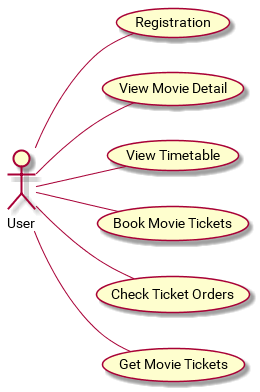
b4456609/movie-example keeps this PlantUML diagram as out/diagram/useCase/useCase@1-9.png. Above is the earlier version.
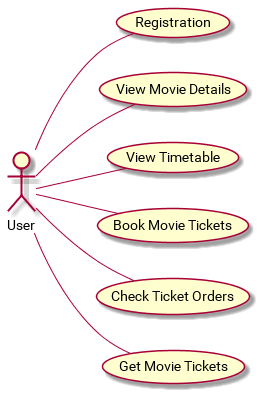
Later version of the same file.

Commit message:
replace detail to details

The edit, as a diff of the source:
```diff
@@ -1,7 +1,7 @@
 @startuml
 left to right direction
 :User: -- (Registration)
-:User: -- (View Movie Detail)
+:User: -- (View Movie Details)
 :User: -- (View Timetable)
 :User: -- (Book Movie Tickets)
 :User: -- (Check Ticket Orders)
```
